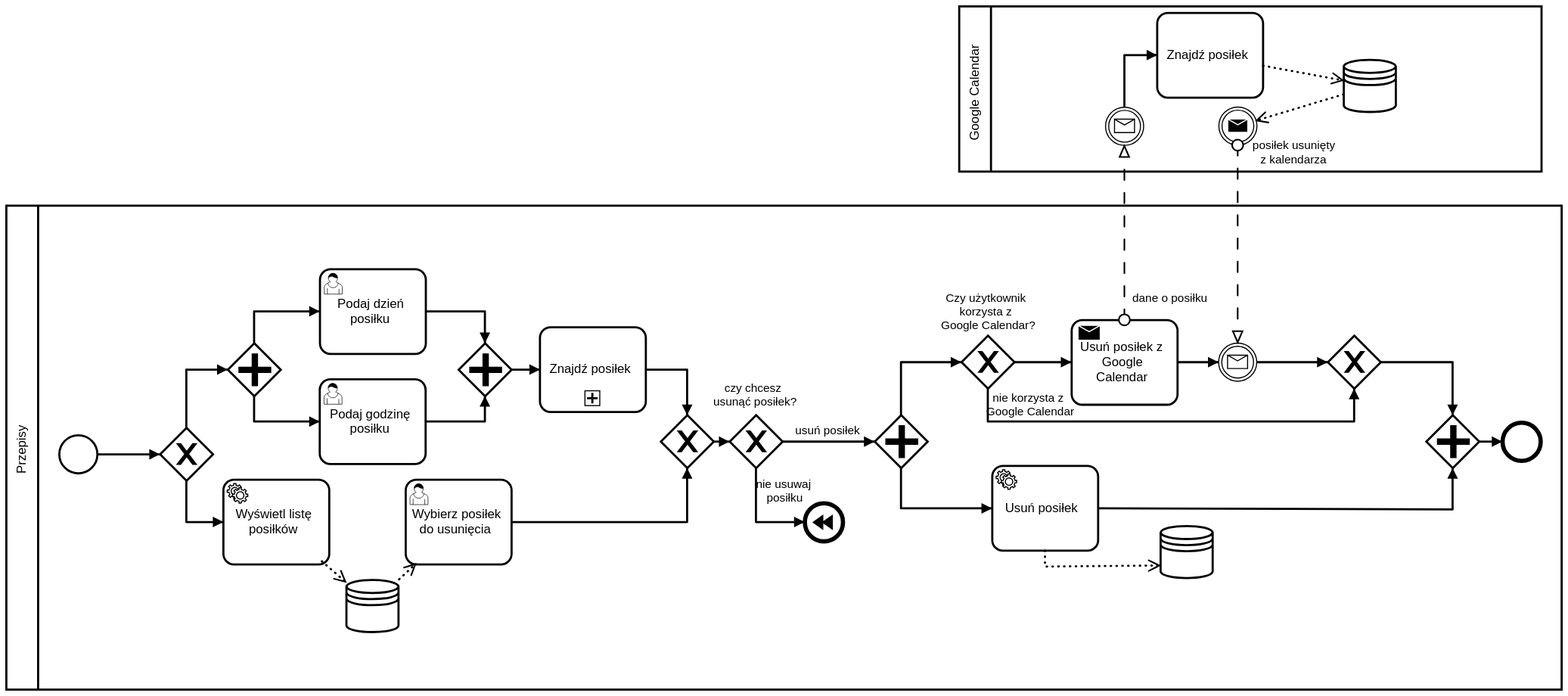
Before: doc/diagramy/usunięcie_posiłku.svg, a diagram exported from BPMN (SebastianLasisz/Przepisy). Its source is kept beside it as doc/diagramy/usunięcie_posiłku.bpmn. Ids are renumbered.
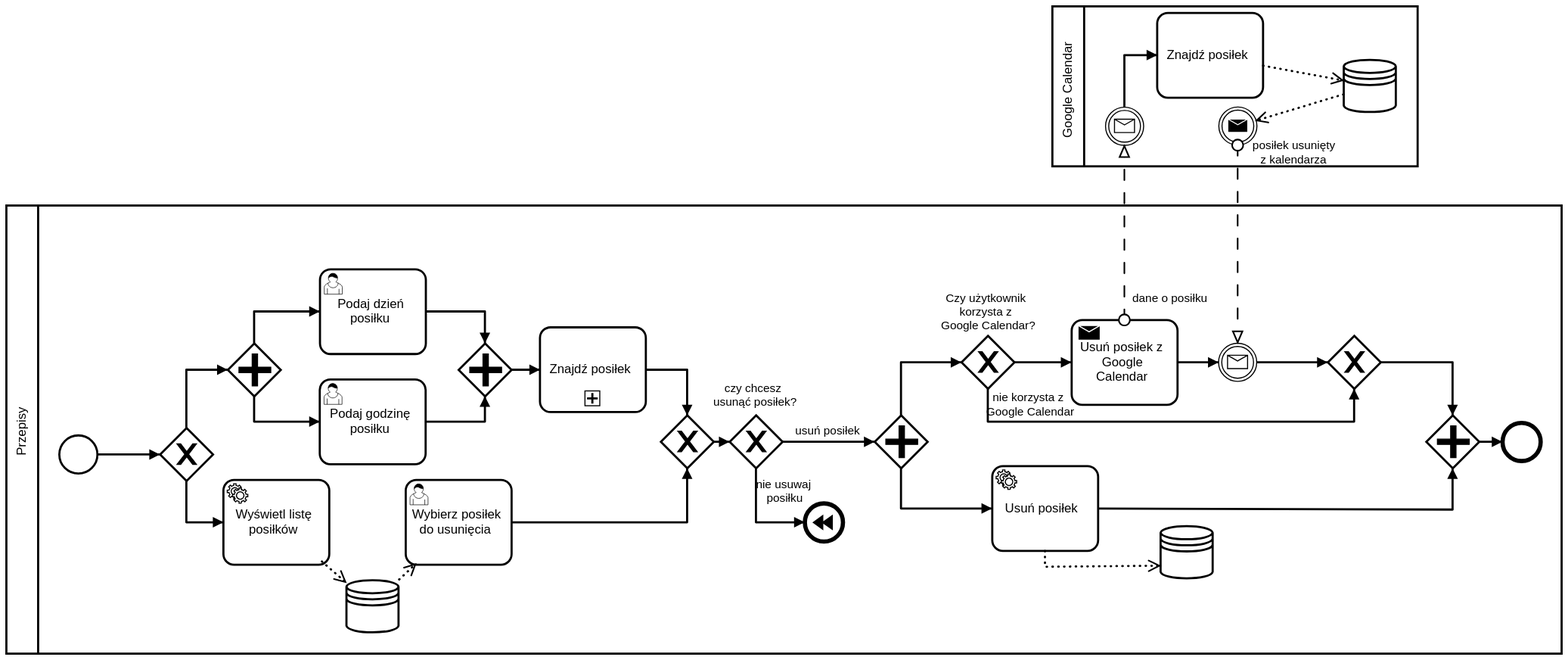
Above is the later version.

The edit, as a diff of the source:
```diff
@@ -153,7 +153,7 @@
   <bpmndi:BPMNDiagram id="BPMNDiagram_1">
     <bpmndi:BPMNPlane id="BPMNPlane_1" bpmnElement="Collaboration_n1">
       <bpmndi:BPMNShape id="Participant_n2_di" bpmnElement="Participant_n2">
-        <dc:Bounds x="123" y="-114.81" width="1469" height="457" />
+        <dc:Bounds x="123" y="-115" width="1469" height="423" />
       </bpmndi:BPMNShape>
       <bpmndi:BPMNShape id="_BPMNShape_StartEvent_2" bpmnElement="StartEvent_1">
         <dc:Bounds x="173" y="102" width="36" height="36" />
@@ -162,7 +162,7 @@
         </bpmndi:BPMNLabel>
       </bpmndi:BPMNShape>
       <bpmndi:BPMNShape id="Participant_n3_di" bpmnElement="Participant_n3">
-        <dc:Bounds x="1023" y="-303" width="550" height="156" />
+        <dc:Bounds x="1111" y="-303" width="345" height="151" />
       </bpmndi:BPMNShape>
       <bpmndi:BPMNShape id="ExclusiveGateway_n21_di" bpmnElement="ExclusiveGateway_n21" isMarkerVisible="true">
         <dc:Bounds x="1025.213" y="8" width="50" height="50" />
```
